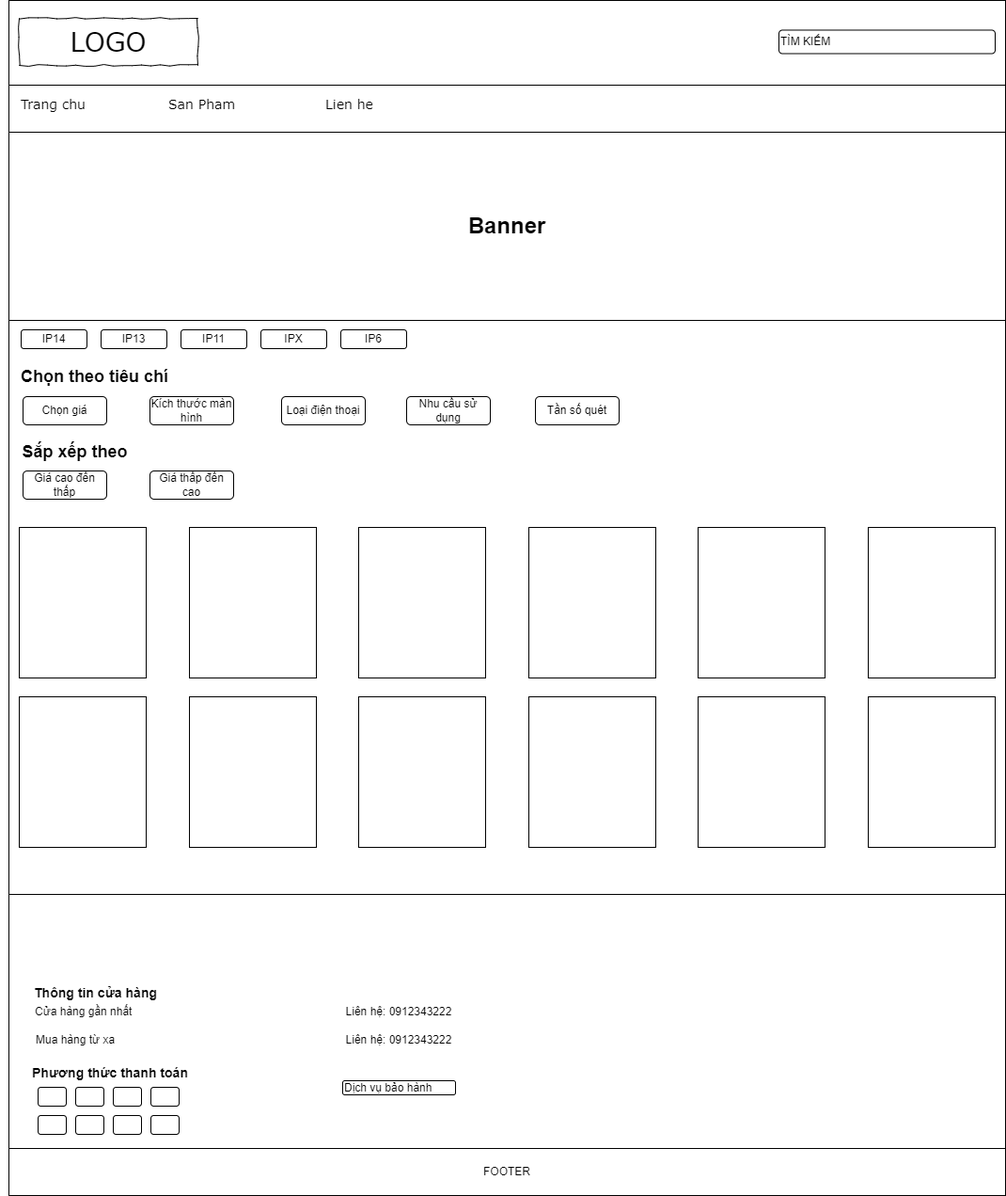
This is img/San pham-IPAD.png from NguyenHocPH36330/Web106_HocNC, a draw.io export, as it was before one commit. Source tidied: cells renumbered, new cells last; positions are measured from the earlier drawing's top-left corner, leaving out a move shared by most shapes.
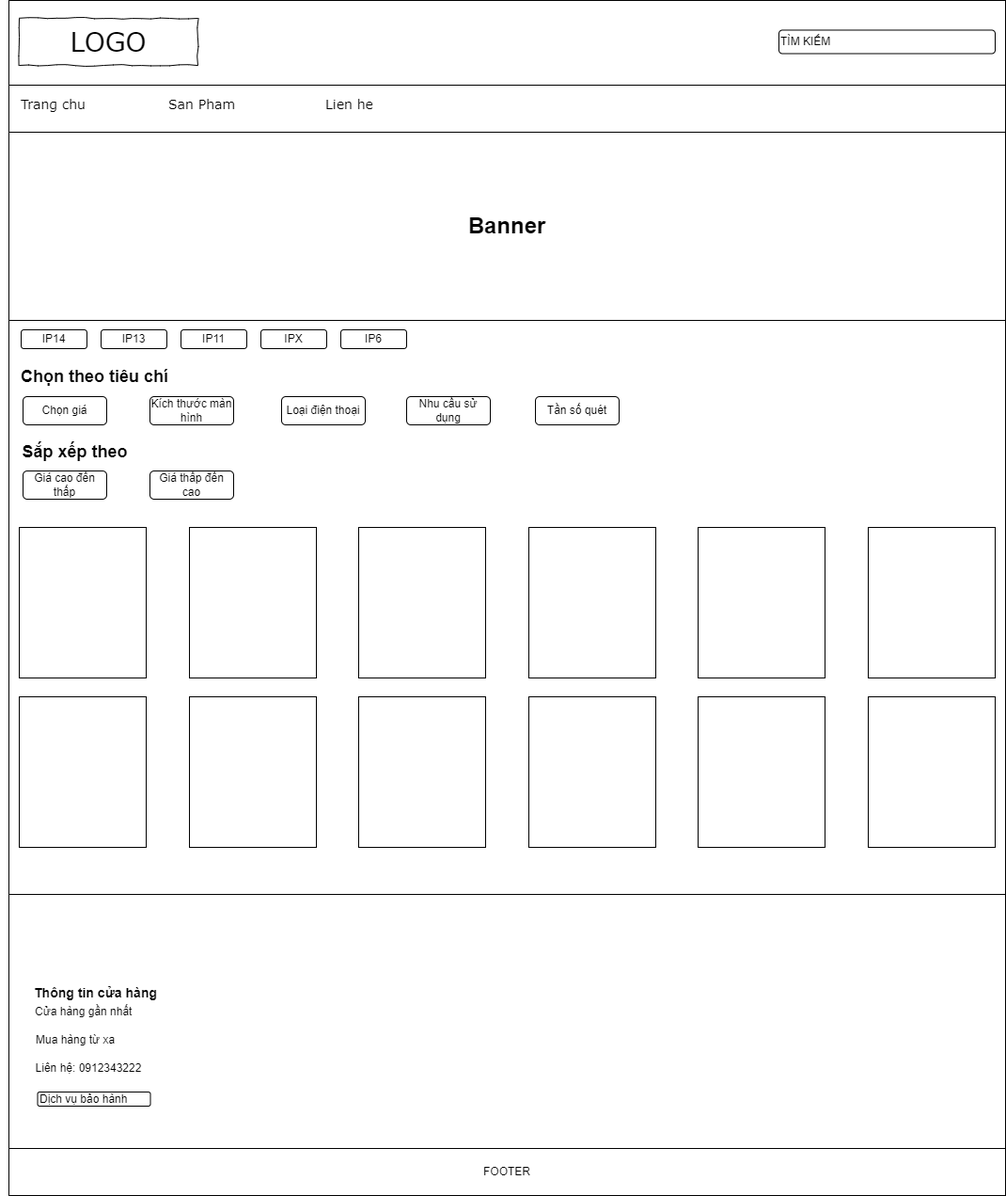
The same file after the commit.

The edit, as a diff of the source:
```diff
@@ -110,33 +110,6 @@
     <mxCell id="37" value="&lt;h3&gt;Thông tin cửa hàng&lt;/h3&gt;" style="text;html=1;strokeColor=none;fillColor=none;align=left;verticalAlign=middle;whiteSpace=wrap;rounded=0;" parent="1" vertex="1">
       <mxGeometry x="34" y="1040" width="140" height="30" as="geometry" />
     </mxCell>
-    <mxCell id="38" value="&lt;h3&gt;Phương thức thanh toán&lt;/h3&gt;" style="text;html=1;strokeColor=none;fillColor=none;align=center;verticalAlign=middle;whiteSpace=wrap;rounded=0;" parent="1" vertex="1">
-      <mxGeometry x="32" y="1125" width="170" height="30" as="geometry" />
-    </mxCell>
-    <mxCell id="39" style="rounded=1;whiteSpace=wrap;html=1;" parent="1" vertex="1">
-      <mxGeometry x="40" y="1155" width="30" height="20" as="geometry" />
-    </mxCell>
-    <mxCell id="40" style="rounded=1;whiteSpace=wrap;html=1;" parent="1" vertex="1">
-      <mxGeometry x="80" y="1155" width="30" height="20" as="geometry" />
-    </mxCell>
-    <mxCell id="41" style="rounded=1;whiteSpace=wrap;html=1;" parent="1" vertex="1">
-      <mxGeometry x="120" y="1155" width="30" height="20" as="geometry" />
-    </mxCell>
-    <mxCell id="42" style="rounded=1;whiteSpace=wrap;html=1;" parent="1" vertex="1">
-      <mxGeometry x="160" y="1155" width="30" height="20" as="geometry" />
-    </mxCell>
-    <mxCell id="43" style="rounded=1;whiteSpace=wrap;html=1;" parent="1" vertex="1">
-      <mxGeometry x="40" y="1185" width="30" height="20" as="geometry" />
-    </mxCell>
-    <mxCell id="44" style="rounded=1;whiteSpace=wrap;html=1;" parent="1" vertex="1">
-      <mxGeometry x="80" y="1185" width="30" height="20" as="geometry" />
-    </mxCell>
-    <mxCell id="45" style="rounded=1;whiteSpace=wrap;html=1;" parent="1" vertex="1">
-      <mxGeometry x="120" y="1185" width="30" height="20" as="geometry" />
-    </mxCell>
-    <mxCell id="46" style="rounded=1;whiteSpace=wrap;html=1;" parent="1" vertex="1">
-      <mxGeometry x="160" y="1185" width="30" height="20" as="geometry" />
-    </mxCell>
     <mxCell id="47" value="FOOTER" style="rounded=0;whiteSpace=wrap;html=1;" parent="1" vertex="1">
       <mxGeometry x="9" y="1220" width="1060" height="50" as="geometry" />
     </mxCell>
@@ -146,14 +119,11 @@
     <mxCell id="49" value="Mua hàng từ xa" style="text;html=1;strokeColor=none;fillColor=none;align=left;verticalAlign=middle;whiteSpace=wrap;rounded=0;" parent="1" vertex="1">
       <mxGeometry x="36" y="1090" width="138" height="30" as="geometry" />
     </mxCell>
-    <mxCell id="50" value="Liên hệ: 0912343222" style="text;html=1;strokeColor=none;fillColor=none;align=center;verticalAlign=middle;whiteSpace=wrap;rounded=0;" parent="1" vertex="1">
-      <mxGeometry x="358" y="1060" width="132" height="30" as="geometry" />
-    </mxCell>
     <mxCell id="51" value="Liên hệ: 0912343222" style="text;html=1;strokeColor=none;fillColor=none;align=center;verticalAlign=middle;whiteSpace=wrap;rounded=0;" parent="1" vertex="1">
-      <mxGeometry x="358" y="1090" width="132" height="30" as="geometry" />
+      <mxGeometry x="27.5" y="1120" width="132" height="30" as="geometry" />
     </mxCell>
     <mxCell id="52" value="Dịch vụ bảo hành" style="rounded=1;whiteSpace=wrap;html=1;align=left;" parent="1" vertex="1">
-      <mxGeometry x="364" y="1148" width="120" height="15" as="geometry" />
+      <mxGeometry x="39.5" y="1160" width="120" height="15" as="geometry" />
     </mxCell>
   </root>
 </mxGraphModel>
```
